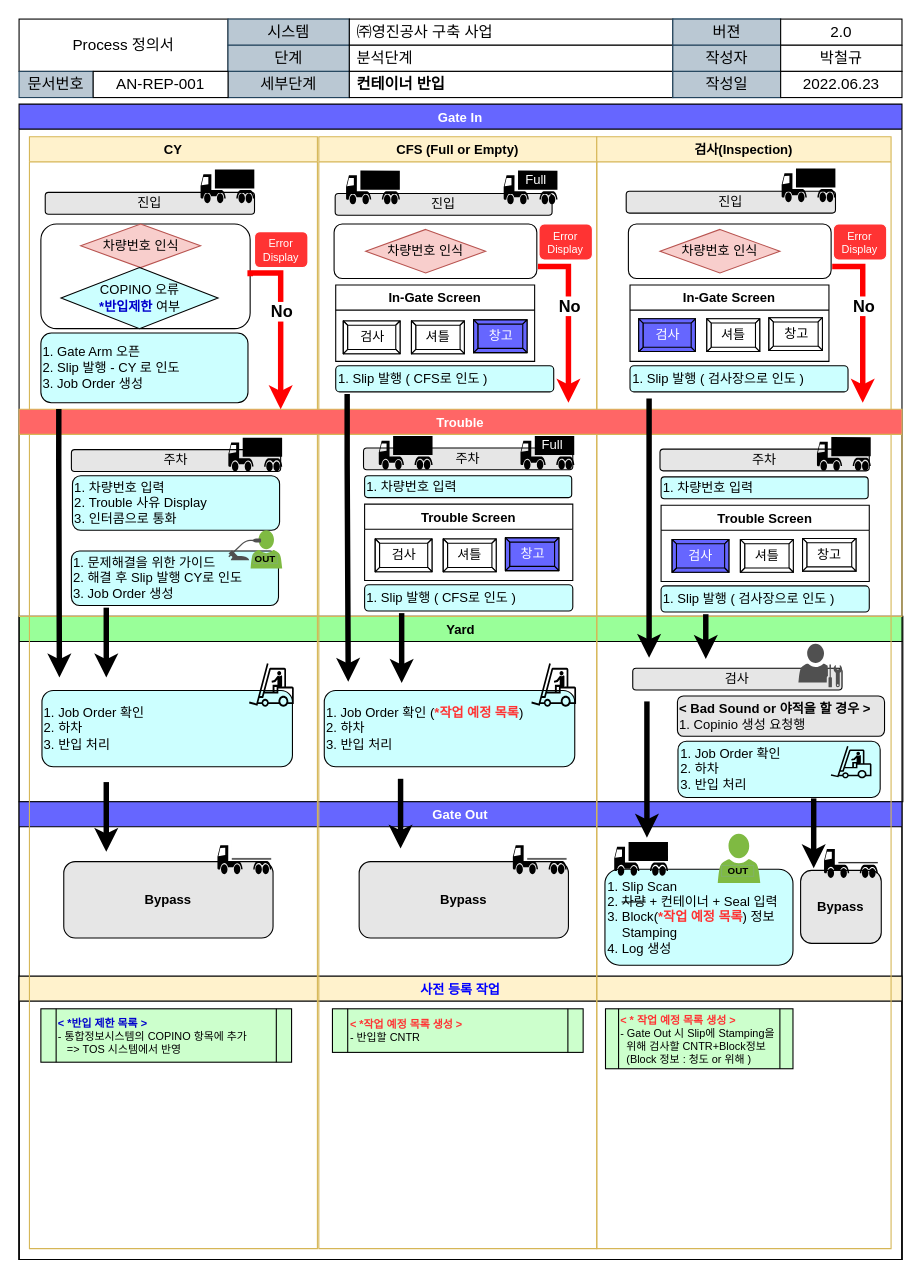
yabadadu/- keeps this draw.io diagram as page "Gate(반입)" (1 of 4) of 산출물/프로세스 명세서.drawio. Above is the earlier version. Source tidied: cells renumbered, new cells numbered last; positions are measured from the earlier drawing's top-left corner, leaving out a move shared by most shapes. Both pictures are drawn from the tidied source at 109%, with x=0, y=0 at pixel (19, 19).
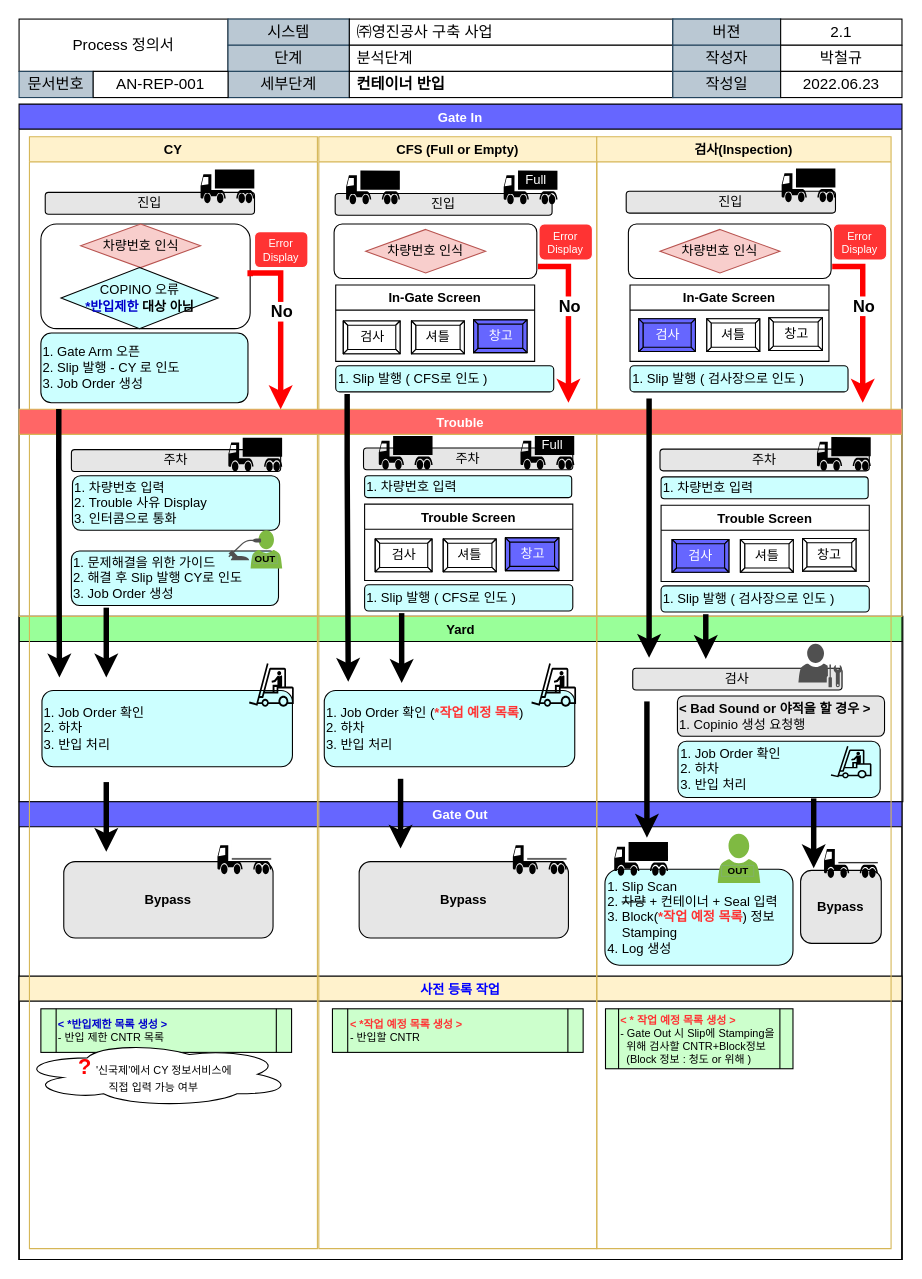
Above is the later version.

Unchanged cells that the change refers to:
```xml
<mxCell id="22" value="CY" style="swimlane;fillColor=#fff2cc;strokeColor=#d6b656;" parent="9" vertex="1">
  <mxGeometry x="9.5" y="30" width="264.2" height="1020" as="geometry" />
</mxCell>
<mxCell id="124" style="group;" parent="110" vertex="1">
  <mxGeometry x="698.7" width="111.3" height="72" as="geometry" />
</mxCell>
```

Diff of the diagram source:
```diff
@@
-    <mxCell id="29" value="COPINO 오류&lt;br&gt;&lt;b style=&quot;&quot;&gt;&lt;font color=&quot;#0000cc&quot;&gt;*반입제한&lt;/font&gt;&lt;/b&gt; 여부" style="rhombus;whiteSpace=wrap;html=1;labelBackgroundColor=none;fillColor=#CCFFFF;" parent="22" vertex="1">
+    <mxCell id="29" value="COPINO 오류&lt;br&gt;&lt;b style=&quot;&quot;&gt;&lt;font color=&quot;#0000cc&quot;&gt;*반입제한&lt;/font&gt; 대상 아님&lt;/b&gt;" style="rhombus;whiteSpace=wrap;html=1;labelBackgroundColor=none;fillColor=#CCFFFF;" parent="22" vertex="1">
       <mxGeometry x="29" y="120" width="144" height="56" as="geometry" />
     </mxCell>
@@
-    <mxCell id="31" value="&lt;font color=&quot;#0000cc&quot;&gt;&lt;b&gt;&amp;lt; *반입 제한 목록&lt;/b&gt;&lt;b&gt;&amp;nbsp;&amp;gt;&lt;/b&gt;&lt;/font&gt;&lt;br&gt;- 통합정보시스템의 COPINO 항목에 추가&lt;br&gt;&amp;nbsp; &amp;nbsp;=&amp;gt; TOS 시스템에서 반영" style="shape=process;whiteSpace=wrap;html=1;backgroundOutline=1;fontSize=10;fontColor=#000000;fillColor=#CCFFCC;size=0.06289308176100629;align=left;" parent="22" vertex="1">
-      <mxGeometry x="10.5" y="800" width="230" height="49" as="geometry" />
+    <mxCell id="31" value="&lt;font color=&quot;#0000cc&quot;&gt;&lt;b&gt;&amp;lt; *반입제한 목록 생성&lt;/b&gt;&lt;b&gt;&amp;nbsp;&amp;gt;&lt;/b&gt;&lt;/font&gt;&lt;br&gt;- 반입 제한 CNTR 목록" style="shape=process;whiteSpace=wrap;html=1;backgroundOutline=1;fontSize=10;fontColor=#000000;fillColor=#CCFFCC;size=0.06289308176100629;align=left;" parent="22" vertex="1">
+      <mxGeometry x="10.5" y="800" width="230" height="40" as="geometry" />
     </mxCell>
+    <mxCell id="140" value="&lt;span style=&quot;text-align: left;&quot;&gt;&lt;font color=&quot;#ff0000&quot; style=&quot;&quot;&gt;&lt;b style=&quot;&quot;&gt;&lt;font style=&quot;font-size: 20px;&quot;&gt;?&lt;/font&gt;&lt;span style=&quot;font-size: 15px;&quot;&gt;&amp;nbsp;&lt;/span&gt;&lt;/b&gt;&lt;/font&gt;&lt;/span&gt;&lt;span style=&quot;color: rgb(0, 0, 0); font-size: 10px; text-align: left;&quot;&gt;'신국제'에서 CY 정보서비스에 &lt;br&gt;직접 입력 가능&lt;/span&gt;&lt;span style=&quot;color: rgb(0, 0, 0); font-size: 10px; text-align: left;&quot;&gt;&amp;nbsp;여부&amp;nbsp;&lt;/span&gt;" style="ellipse;shape=cloud;whiteSpace=wrap;html=1;fontColor=#0000CC;" parent="22" vertex="1">
+      <mxGeometry x="-9.5" y="830" width="250" height="60" as="geometry" />
+    </mxCell>
@@
-    <mxCell id="125" value="2.0" style="rounded=0;whiteSpace=wrap;html=1;fontSize=14;" parent="124" vertex="1">
+    <mxCell id="125" value="2.1" style="rounded=0;whiteSpace=wrap;html=1;fontSize=14;" parent="124" vertex="1">
       <mxGeometry width="111.3" height="24" as="geometry" />
     </mxCell>
```
